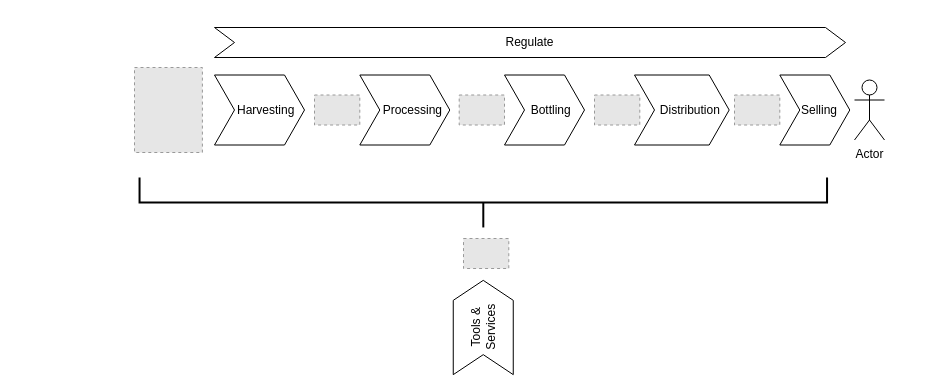
The draw.io diagram assets/drawio/supplychain.drawio in paulwizviz/mengawas, before the edit. Source tidied: cells renumbered, new cells numbered last; positions are measured from the earlier drawing's top-left corner, leaving out a move shared by most shapes. Both pictures are drawn from the tidied source at 100%, with x=0, y=0 at pixel (125, -142). Pictures stored in the file or linked from it are replaced by grey dashed boxes.
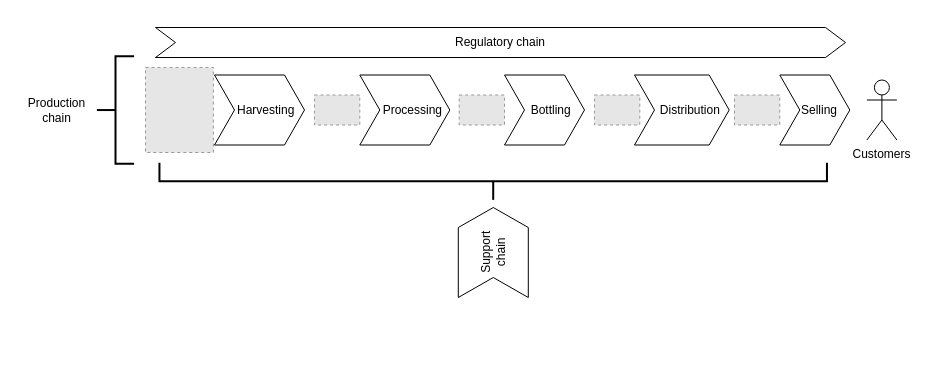
Above is the later version.

Change to the diagram source:
```diff
@@
 <mxGraphModel>
   <root>
     <mxCell id="0" />
     <mxCell id="1" parent="0" />
-    <mxCell id="2" style="rounded=0;whiteSpace=wrap;html=1;fillColor=default;strokeColor=none;" parent="1" vertex="1">
-      <mxGeometry y="159" width="770" height="150" as="geometry" />
-    </mxCell>
     <mxCell id="3" value="&amp;nbsp; &amp;nbsp; Harvesting" style="shape=step;perimeter=stepPerimeter;whiteSpace=wrap;html=1;fixedSize=1;align=center;fontSize=12;" parent="1" vertex="1">
       <mxGeometry x="89" y="216.5" width="90" height="70" as="geometry" />
     </mxCell>
     <mxCell id="4" value="&amp;nbsp; &amp;nbsp; Bottling" style="shape=step;perimeter=stepPerimeter;whiteSpace=wrap;html=1;fixedSize=1;fontSize=12;" parent="1" vertex="1">
       <mxGeometry x="379" y="216.5" width="80" height="70" as="geometry" />
     </mxCell>
     <mxCell id="5" value="&amp;nbsp; &amp;nbsp; &amp;nbsp;Distribution" style="shape=step;perimeter=stepPerimeter;whiteSpace=wrap;html=1;fixedSize=1;fontSize=12;" parent="1" vertex="1">
       <mxGeometry x="509" y="216.5" width="94.7" height="70" as="geometry" />
     </mxCell>
     <mxCell id="6" value="&amp;nbsp; &amp;nbsp;Selling" style="shape=step;perimeter=stepPerimeter;whiteSpace=wrap;html=1;fixedSize=1;fontSize=12;" parent="1" vertex="1">
       <mxGeometry x="654.3" y="216.5" width="70" height="70" as="geometry" />
     </mxCell>
     <mxCell id="7" value="&amp;nbsp; &amp;nbsp; &amp;nbsp;Processing" style="shape=step;perimeter=stepPerimeter;whiteSpace=wrap;html=1;fixedSize=1;align=center;fontSize=12;" parent="1" vertex="1">
       <mxGeometry x="234.3" y="216.5" width="90" height="70" as="geometry" />
     </mxCell>
     <mxCell id="8" style="fillColor=#E6E6E6;strokeColor=#999999;dashed=1;verticalLabelPosition=bottom;labelBackgroundColor=default;verticalAlign=top;" parent="1" vertex="1">
       <mxGeometry x="189" y="236.5" width="45.3" height="30" as="geometry" />
     </mxCell>
     <mxCell id="9" style="fillColor=#E6E6E6;strokeColor=#999999;dashed=1;verticalLabelPosition=bottom;labelBackgroundColor=default;verticalAlign=top;" parent="1" vertex="1">
       <mxGeometry x="333.7" y="236.5" width="45.3" height="30" as="geometry" />
     </mxCell>
     <mxCell id="10" style="fillColor=#E6E6E6;strokeColor=#999999;dashed=1;verticalLabelPosition=bottom;labelBackgroundColor=default;verticalAlign=top;" parent="1" vertex="1">
       <mxGeometry x="469" y="236.5" width="45.3" height="30" as="geometry" />
     </mxCell>
     <mxCell id="11" style="fillColor=#E6E6E6;strokeColor=#999999;dashed=1;verticalLabelPosition=bottom;labelBackgroundColor=default;verticalAlign=top;" parent="1" vertex="1">
       <mxGeometry x="609" y="236.5" width="45.3" height="30" as="geometry" />
     </mxCell>
-    <mxCell id="12" value="Actor" style="shape=umlActor;verticalLabelPosition=bottom;verticalAlign=top;html=1;" parent="1" vertex="1">
-      <mxGeometry x="729" y="221.5" width="30" height="60" as="geometry" />
+    <mxCell id="12" value="Customers" style="shape=umlActor;verticalLabelPosition=bottom;verticalAlign=top;html=1;" parent="1" vertex="1">
+      <mxGeometry x="741.4" y="221.5" width="30" height="60" as="geometry" />
     </mxCell>
     <mxCell id="13" style="fillColor=#E6E6E6;strokeColor=#999999;dashed=1;verticalLabelPosition=bottom;labelBackgroundColor=default;verticalAlign=top;" parent="1" vertex="1">
-      <mxGeometry x="9" y="209" width="67.9" height="85" as="geometry" />
+      <mxGeometry x="20" y="209" width="67.9" height="85" as="geometry" />
     </mxCell>
-    <mxCell id="14" value="Regulate" style="shape=step;perimeter=stepPerimeter;whiteSpace=wrap;html=1;fixedSize=1;" parent="1" vertex="1">
-      <mxGeometry x="89" y="169" width="631" height="30" as="geometry" />
+    <mxCell id="14" value="Regulatory chain" style="shape=step;perimeter=stepPerimeter;whiteSpace=wrap;html=1;fixedSize=1;" parent="1" vertex="1">
+      <mxGeometry x="30" y="169" width="690" height="30" as="geometry" />
     </mxCell>
-    <mxCell id="15" value="Tools &amp;amp;&lt;div&gt;Services&lt;/div&gt;" style="shape=step;perimeter=stepPerimeter;whiteSpace=wrap;html=1;fixedSize=1;rotation=-90;" parent="1" vertex="1">
-      <mxGeometry x="310.6" y="439" width="94.3" height="60" as="geometry" />
-    </mxCell>
-    <mxCell id="16" style="fillColor=#E6E6E6;strokeColor=#999999;dashed=1;verticalLabelPosition=bottom;labelBackgroundColor=default;verticalAlign=top;" parent="1" vertex="1">
-      <mxGeometry x="338" y="380" width="45.3" height="30" as="geometry" />
-    </mxCell>
     <mxCell id="17" style="strokeWidth=2;html=1;shape=mxgraph.flowchart.annotation_2;align=left;labelPosition=right;rotation=-90;" parent="1" vertex="1">
-      <mxGeometry x="332.8" y="0.2" width="50" height="687.5" as="geometry" />
+      <mxGeometry x="349.1" y="-11" width="37.2" height="667.5" as="geometry" />
     </mxCell>
+    <mxCell id="18" value="Support&lt;div&gt;chain&lt;/div&gt;" style="shape=step;perimeter=stepPerimeter;whiteSpace=wrap;html=1;fixedSize=1;align=center;fontSize=12;rotation=-90;" parent="1" vertex="1">
+      <mxGeometry x="322.8" y="359" width="90" height="70" as="geometry" />
+    </mxCell>
+    <mxCell id="19" value="Production&lt;div&gt;chain&lt;/div&gt;" style="text;html=1;align=center;verticalAlign=middle;strokeColor=none;fillColor=none;" parent="1" vertex="1">
+      <mxGeometry x="-108.6" y="231.5" width="80" height="40" as="geometry" />
+    </mxCell>
+    <mxCell id="20" style="strokeWidth=2;html=1;shape=mxgraph.flowchart.annotation_2;align=left;labelPosition=right;rotation=0;" parent="1" vertex="1">
+      <mxGeometry x="-28.6" y="197.8" width="37.2" height="107.5" as="geometry" />
+    </mxCell>
   </root>
 </mxGraphModel>
```
